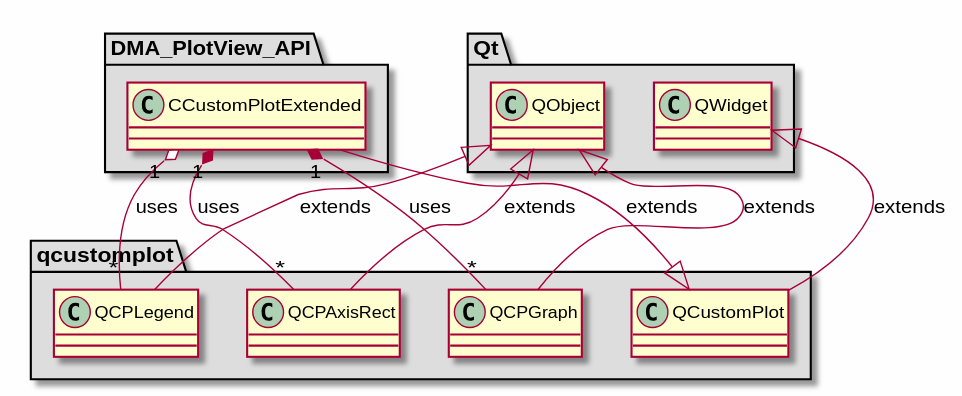
svlad-90/DLT-Message-Analyzer keeps this PlantUML diagram as md/dev_docs/puml/qcustomplot.svg. Above is the earlier version.
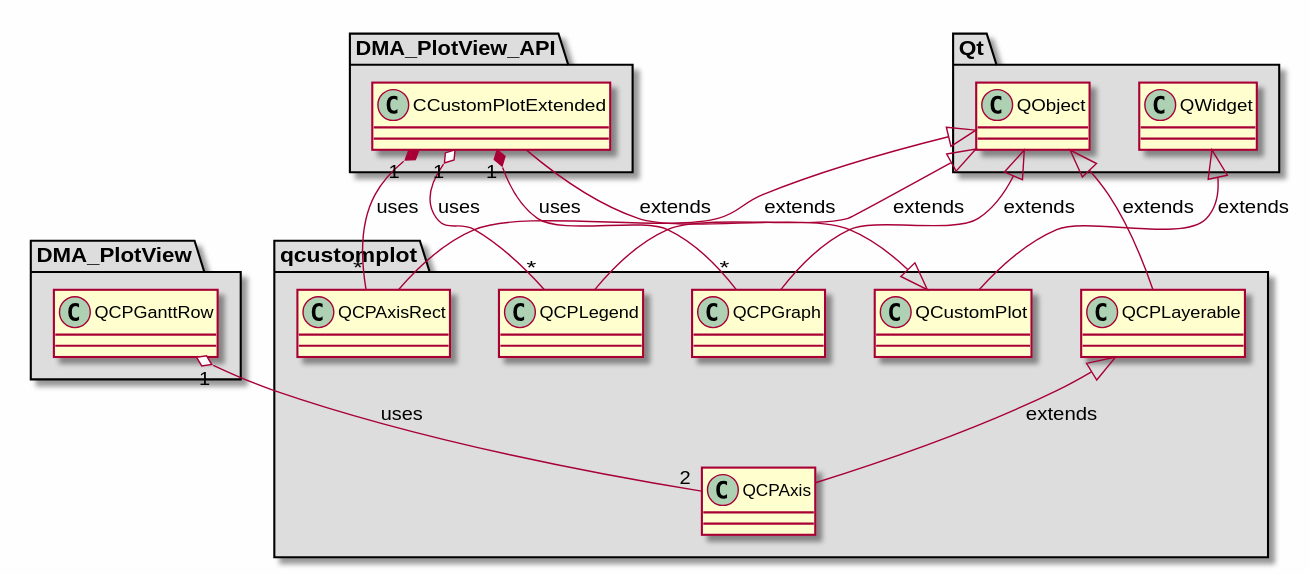
Above is the later version.

What changed in the source:
```diff
@@ -2,6 +2,15 @@
 
 skinparam backgroundColor #FEFEFE
 skinparam wrapWidth 600
+package "DMA_PlotView" #DDDDDD
+{
+
+class "QCPGanttRow"
+{
+}
+
+}
+
 package "DMA_PlotView_API" #DDDDDD
 {
 
@@ -27,11 +36,19 @@
 package "qcustomplot" #DDDDDD
 {
 
+class "QCPAxis"
+{
+}
+
 class "QCPAxisRect"
 {
 }
 
 class "QCPGraph"
+{
+}
+
+class "QCPLayerable"
 {
 }
 
@@ -46,11 +63,14 @@
 }
 
 QCustomPlot <|-- CCustomPlotExtended : extends
+QCPLayerable <|-- QCPAxis : extends
 QObject <|-- QCPAxisRect : extends
 QObject <|-- QCPGraph : extends
+QObject <|-- QCPLayerable : extends
 QObject <|-- QCPLegend : extends
 QWidget <|-- QCustomPlot : extends
 
+QCPGanttRow "1" o-- "2" QCPAxis : uses
 CCustomPlotExtended "1" *-- "*" QCPAxisRect : uses
 CCustomPlotExtended "1" *-- "*" QCPGraph : uses
 CCustomPlotExtended "1" o-- "*" QCPLegend : uses
```
